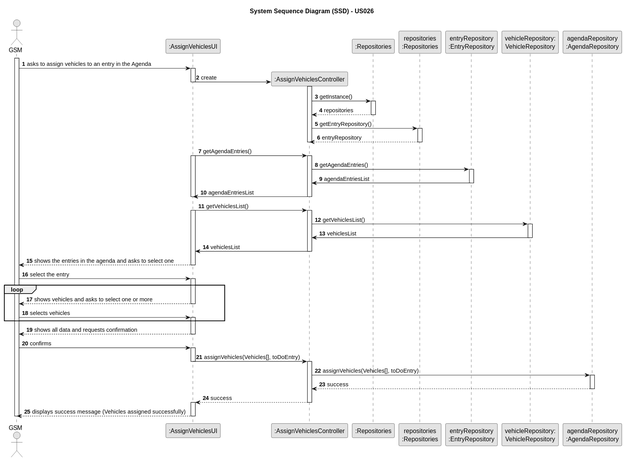
Before: docs/sprintC/us026/03.design/svg/us026-sequence-diagram-full.svg, a diagram exported from PlantUML (ricardomm7/leaflink).
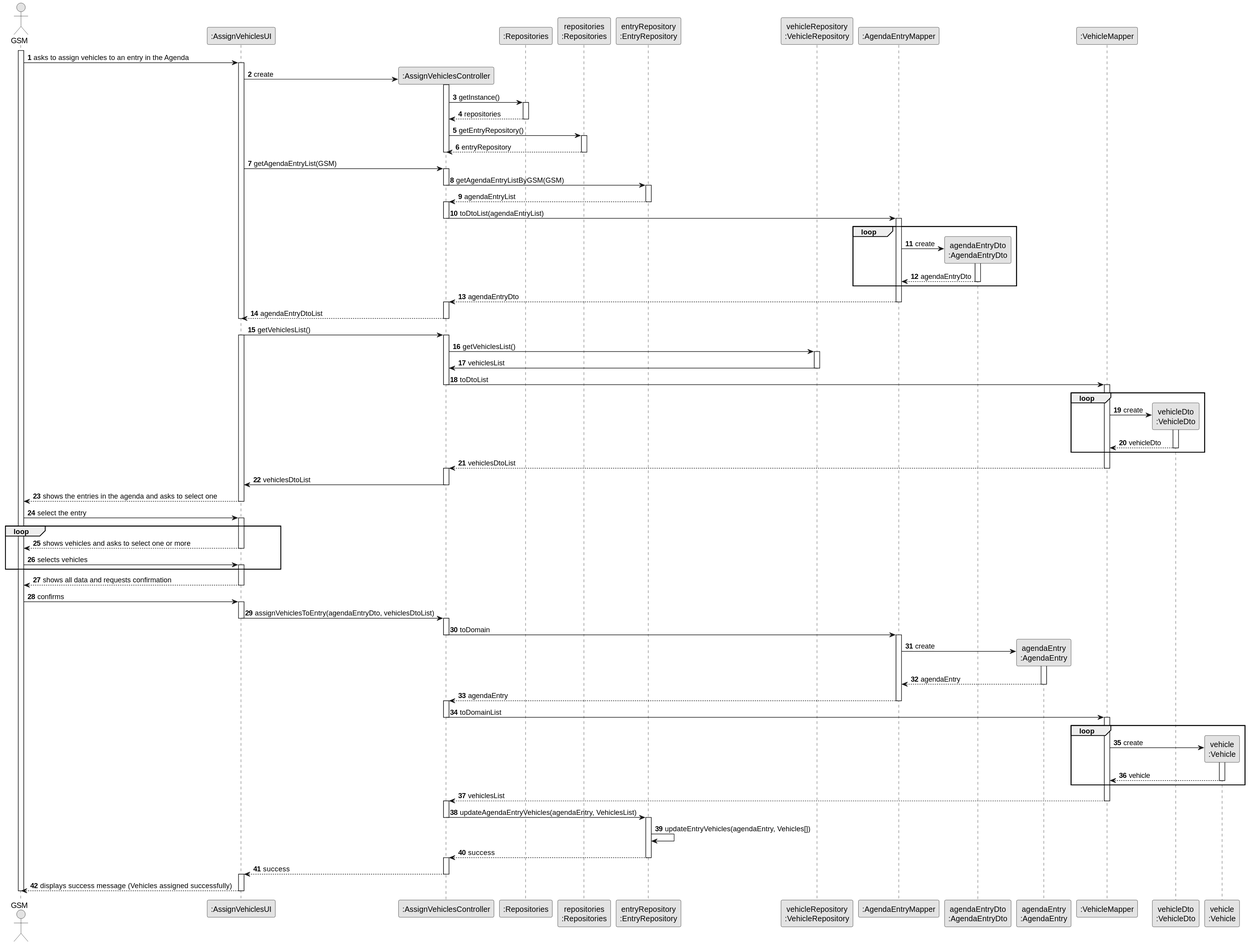
After the commit.

Diff of the diagram source:
```diff
@@ -3,7 +3,6 @@
 skinparam packageStyle rectangle
 skinparam shadowing false
 
-title System Sequence Diagram (SSD) - US026
 
 autonumber
 
@@ -12,9 +11,15 @@
 participant ":AssignVehiclesController" as CTRL
 participant ":Repositories" as RepositorySingleton
 participant "repositories\n:Repositories" as PLAT
-participant "entryRepository\n:EntryRepository" as EntryRepository
-participant "vehicleRepository:\nVehicleRepository" as VehicleRepository
-participant "agendaRepository\n:AgendaRepository" as AgendaRepository
+participant "entryRepository\n:EntryRepository" as EntryRepo
+participant "vehicleRepository\n:VehicleRepository" as VehicleRepository
+participant ":AgendaEntryMapper" as AgendaEntryMapper
+participant "agendaEntryDto\n:AgendaEntryDto" as AgendaEntryDto
+participant "agendaEntry\n:AgendaEntry" as AgendaEntry
+participant ":VehicleMapper" as VehicleMapper
+participant "vehicleDto\n:VehicleDto" as VehicleDto
+participant "vehicle\n:Vehicle" as Vehicle
+
 
 activate GSM
 
@@ -22,7 +27,6 @@
     activate UI
 
         UI -> CTRL** : create
-        deactivate UI
                 activate CTRL
 
                     CTRL -> RepositorySingleton : getInstance()
@@ -39,25 +43,41 @@
 
                      deactivate CTRL
 
-                deactivate UI
 
-        UI -> CTRL : getAgendaEntries()
-                activate UI
-                activate CTRL
+        UI -> CTRL: getAgendaEntryList(GSM)
+        activate CTRL
 
-                CTRL -> EntryRepository : getAgendaEntries()
-                activate EntryRepository
+            CTRL -> EntryRepo: getAgendaEntryListByGSM(GSM)
+            deactivate CTRL
+            activate EntryRepo
 
-                EntryRepository -> CTRL : agendaEntriesList
-                deactivate EntryRepository
+            EntryRepo --> CTRL: agendaEntryList
+            deactivate EntryRepo
+            activate CTRL
 
-                CTRL -> UI : agendaEntriesList
-                deactivate CTRL
-                deactivate UI
+                            CTRL -> AgendaEntryMapper : toDtoList(agendaEntryList)
+                            deactivate CTRL
+                            activate AgendaEntryMapper
+
+                            loop
+                                AgendaEntryMapper -> AgendaEntryDto** : create
+                                activate AgendaEntryDto
+
+                                AgendaEntryDto --> AgendaEntryMapper : agendaEntryDto
+                                deactivate AgendaEntryDto
+                            end
+
+                            AgendaEntryMapper --> CTRL : agendaEntryDto
+                            deactivate AgendaEntryMapper
+                            activate CTRL
+
+                        CTRL --> UI : agendaEntryDtoList
+                        deactivate CTRL
+                        deactivate UI
 
         UI -> CTRL : getVehiclesList()
-                activate UI
-                activate CTRL
+        activate UI
+        activate CTRL
 
                 CTRL -> VehicleRepository : getVehiclesList()
                 activate VehicleRepository
@@ -65,11 +85,29 @@
                 VehicleRepository -> CTRL : vehiclesList
                 deactivate VehicleRepository
 
-                CTRL -> UI : vehiclesList
+                CTRL -> VehicleMapper: toDtoList
+                deactivate CTRL
+                activate VehicleMapper
+
+                loop
+
+                    VehicleMapper -> VehicleDto**: create
+                    activate VehicleDto
+
+                    VehicleDto --> VehicleMapper: vehicleDto
+                    deactivate VehicleDto
+
+                end loop
+
+                VehicleMapper --> CTRL: vehiclesDtoList
+                deactivate VehicleMapper
+                activate CTRL
+
+                CTRL -> UI : vehiclesDtoList
                 deactivate CTRL
 
     UI --> GSM : shows the entries in the agenda and asks to select one
-        deactivate UI
+    deactivate UI
 
     GSM -> UI : select the entry
     activate UI
@@ -90,15 +128,56 @@
     GSM -> UI: confirms
     activate UI
 
-        UI -> CTRL : assignVehicles(Vehicles[], toDoEntry)
-        deactivate UI
-        activate CTRL
+        UI -> CTRL : assignVehiclesToEntry(agendaEntryDto, vehiclesDtoList)
+                        deactivate UI
+                        activate CTRL
 
-        CTRL -> AgendaRepository : assignVehicles(Vehicles[], toDoEntry)
-        activate AgendaRepository
+                            CTRL -> AgendaEntryMapper: toDomain
+                            deactivate CTRL
+                            activate AgendaEntryMapper
 
-        AgendaRepository --> CTRL: success
-        deactivate AgendaRepository
+                                AgendaEntryMapper -> AgendaEntry**: create
+                                activate AgendaEntry
+
+                                AgendaEntry --> AgendaEntryMapper: agendaEntry
+                                deactivate AgendaEntry
+
+                        AgendaEntryMapper --> CTRL: agendaEntry
+                        deactivate AgendaEntryMapper
+                        activate CTRL
+
+                            CTRL -> VehicleMapper: toDomainList
+                            deactivate CTRL
+                            activate VehicleMapper
+
+                                loop
+
+                                VehicleMapper -> Vehicle**: create
+                                activate Vehicle
+
+                                Vehicle --> VehicleMapper: vehicle
+                                deactivate Vehicle
+
+                                end loop
+
+                            VehicleMapper --> CTRL: vehiclesList
+                            deactivate VehicleMapper
+                            activate CTRL
+
+
+
+
+                            CTRL -> EntryRepo : updateAgendaEntryVehicles(agendaEntry, VehiclesList)
+                            deactivate CTRL
+                            activate EntryRepo
+
+
+
+                                EntryRepo -> EntryRepo : updateEntryVehicles(agendaEntry, Vehicles[])
+
+                            EntryRepo --> CTRL : success
+                            deactivate EntryRepo
+                            activate CTRL
 
         CTRL --> UI : success
         deactivate CTRL
```
